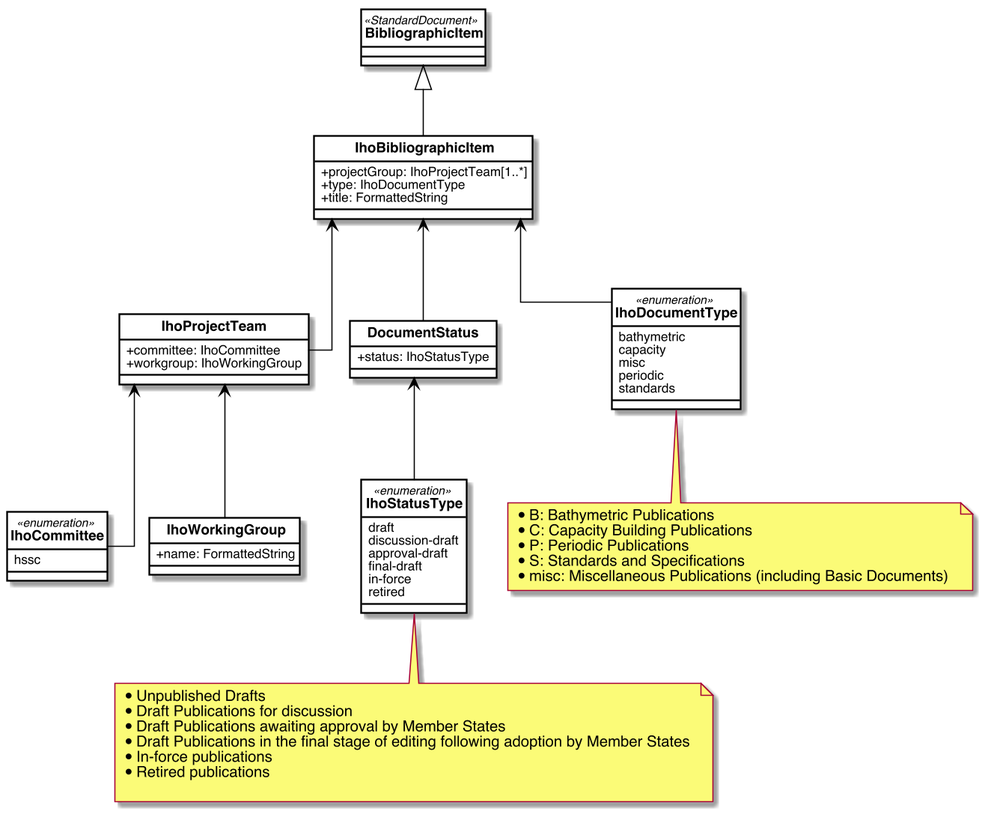
The PlantUML diagram iho/images/IhoBibliographicItem.png in metanorma/standoc-models, before a commit.
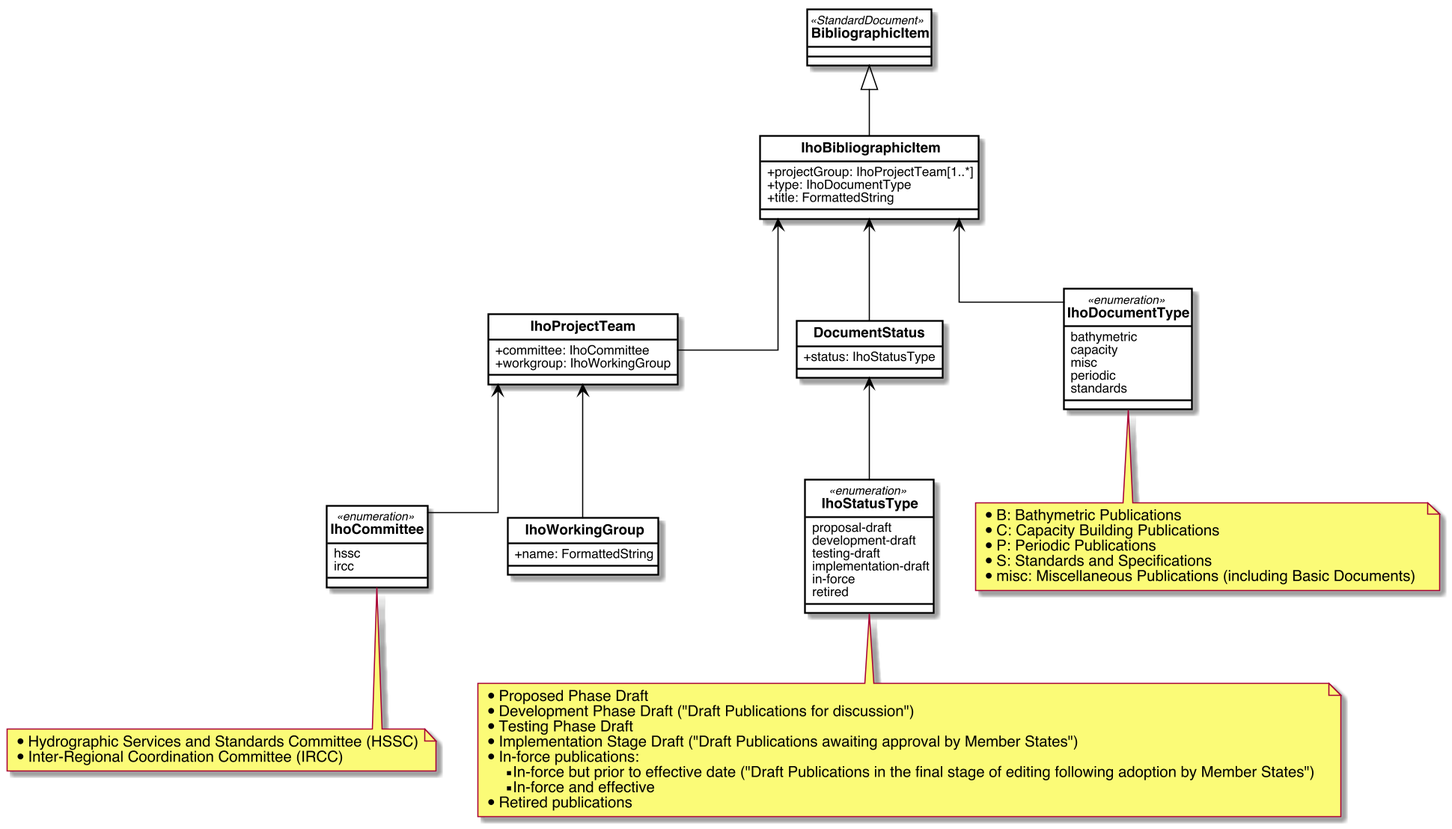
The same file after the commit.

Commit message:
Update IHO doc stages

Diff of the diagram source:
```diff
@@ -58,6 +58,7 @@
 
 enum IhoCommittee <<enumeration>>{
     hssc
+    ircc
 }
 
 class IhoWorkingGroup{
@@ -69,10 +70,10 @@
 }
 
 enum IhoStatusType <<enumeration>>{
-    draft
-    discussion-draft
-    approval-draft
-    final-draft
+    proposal-draft
+    development-draft
+    testing-draft
+    implementation-draft
     in-force
     retired
 }
@@ -88,8 +89,9 @@
 
 note bottom of IhoDocumentType: * B: Bathymetric Publications\n* C: Capacity Building Publications\n* P: Periodic Publications\n* S: Standards and Specifications\n* misc: Miscellaneous Publications (including Basic Documents)
 
-note bottom of IhoStatusType: * Unpublished Drafts\n* Draft Publications for discussion\n* Draft Publications awaiting approval by Member States\n* Draft Publications in the final stage of editing following adoption by Member States\n* In-force publications\n* Retired publications\n
+note bottom of IhoStatusType: * Proposed Phase Draft\n* Development Phase Draft ("Draft Publications for discussion")\n* Testing Phase Draft\n* Implementation Stage Draft ("Draft Publications awaiting approval by Member States")\n* In-force publications:\n** In-force but prior to effective date ("Draft Publications in the final stage of editing following adoption by Member States")\n** In-force and effective\n* Retired publications
 
+note bottom of IhoCommittee: * Hydrographic Services and Standards Committee (HSSC)\n* Inter-Regional Coordination Committee (IRCC)
 
 BibliographicItem <|-- IhoBibliographicItem
 
```
